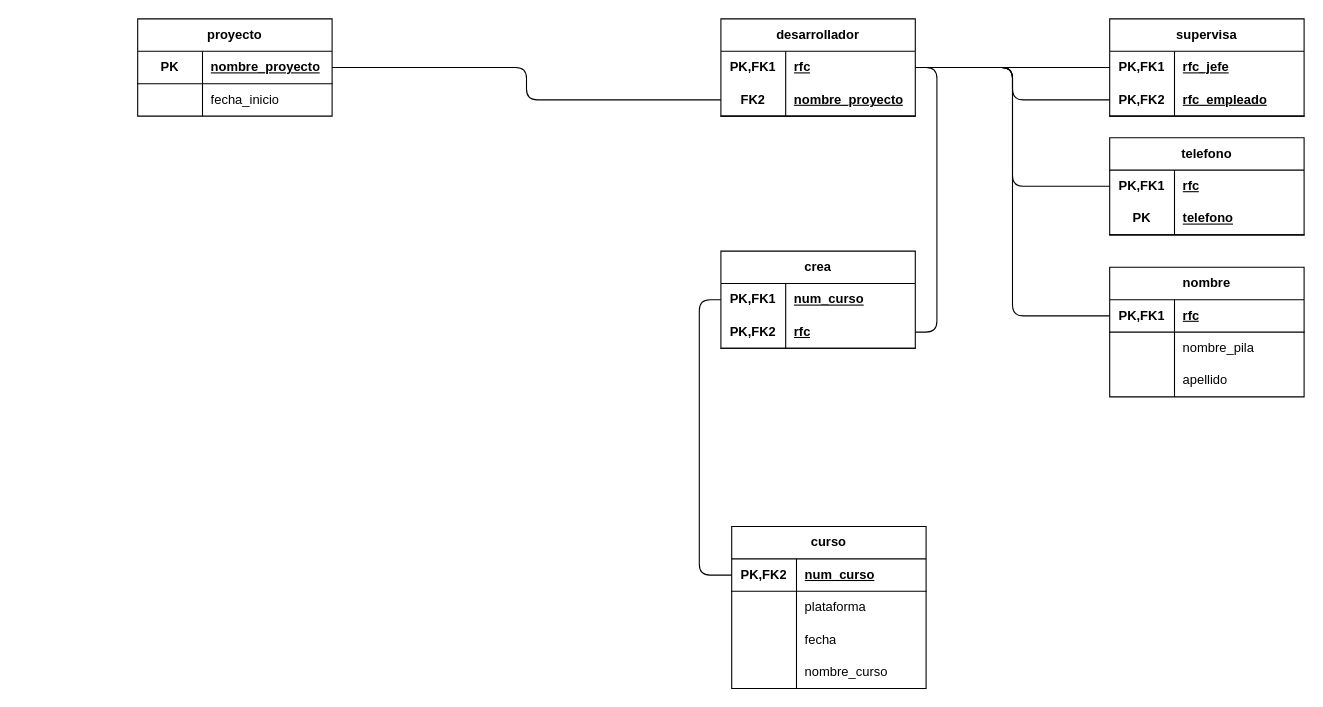
Before: Exam-in-Relational.drawio in xmr-p/DatabaseCharts, a draw.io diagram. Source tidied: cells renumbered, new cells numbered last; positions are measured from the earlier drawing's top-left corner, leaving out a move shared by most shapes. Both pictures are drawn from the tidied source at 108%, with x=0, y=0 at pixel (137, 18).
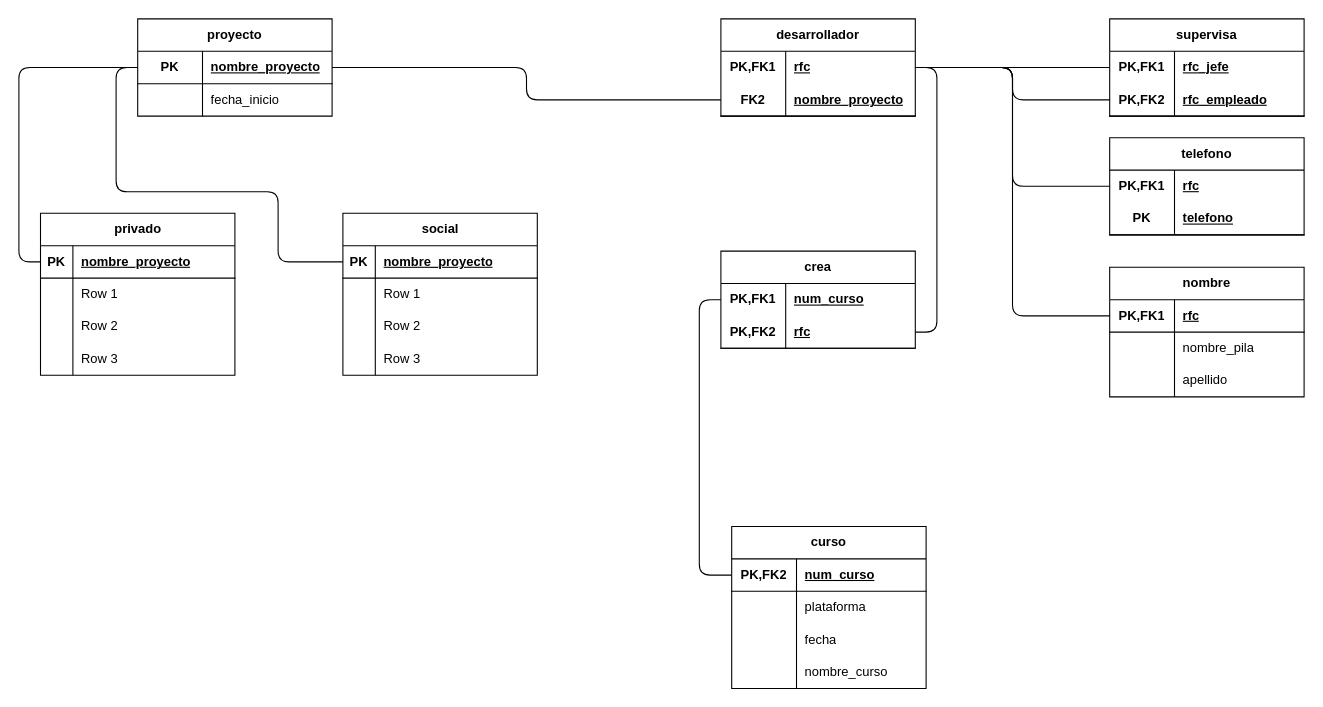
After the change.

The change refers to these unchanged cells:
```xml
<mxCell id="16" style="shape=tableRow;horizontal=0;startSize=0;swimlaneHead=0;swimlaneBody=0;fillColor=none;points=[[0,0.5],[1,0.5]];portConstraint=eastwest;top=0;left=0;right=0;bottom=1;html=1;" parent="15" vertex="1">
  <mxGeometry y="30" width="180" height="30" as="geometry" />
</mxCell>
```

Diff of the diagram source:
```diff
@@
+    <mxCell id="67" value="social" style="shape=table;startSize=30;childLayout=tableLayout;rowLines=0;fontStyle=1;align=center;html=1;" parent="1" vertex="1">
+      <mxGeometry x="190" y="180" width="180" height="150" as="geometry" />
+    </mxCell>
+    <mxCell id="68" style="shape=tableRow;horizontal=0;startSize=0;swimlaneHead=0;swimlaneBody=0;fillColor=none;points=[[0,0.5],[1,0.5]];portConstraint=eastwest;top=0;left=0;right=0;bottom=1;" parent="67" vertex="1">
+      <mxGeometry y="30" width="180" height="30" as="geometry" />
+    </mxCell>
+    <mxCell id="69" value="PK" style="shape=partialRectangle;fillColor=none;top=0;left=0;bottom=0;right=0;fontStyle=1;overflow=hidden;whiteSpace=wrap;html=1;" parent="68" vertex="1">
+      <mxGeometry width="30" height="30" as="geometry" />
+    </mxCell>
+    <mxCell id="70" value="nombre_proyecto" style="shape=partialRectangle;fillColor=none;top=0;left=0;bottom=0;right=0;align=left;spacingLeft=6;fontStyle=5;overflow=hidden;whiteSpace=wrap;html=1;" parent="68" vertex="1">
+      <mxGeometry x="30" width="150" height="30" as="geometry" />
+    </mxCell>
+    <mxCell id="71" style="shape=tableRow;horizontal=0;startSize=0;swimlaneHead=0;swimlaneBody=0;fillColor=none;top=0;left=0;right=0;bottom=0;" parent="67" vertex="1">
+      <mxGeometry y="60" width="180" height="30" as="geometry" />
+    </mxCell>
+    <mxCell id="72" style="shape=partialRectangle;fillColor=none;top=0;left=0;bottom=0;right=0;overflow=hidden;whiteSpace=wrap;html=1;" parent="71" vertex="1">
+      <mxGeometry width="30" height="30" as="geometry" />
+    </mxCell>
+    <mxCell id="73" value="Row 1" style="shape=partialRectangle;fillColor=none;top=0;left=0;bottom=0;right=0;align=left;spacingLeft=6;overflow=hidden;whiteSpace=wrap;html=1;" parent="71" vertex="1">
+      <mxGeometry x="30" width="150" height="30" as="geometry" />
+    </mxCell>
+    <mxCell id="74" style="shape=tableRow;horizontal=0;startSize=0;swimlaneHead=0;swimlaneBody=0;fillColor=none;top=0;left=0;right=0;bottom=0;" parent="67" vertex="1">
+      <mxGeometry y="90" width="180" height="30" as="geometry" />
+    </mxCell>
+    <mxCell id="75" style="shape=partialRectangle;fillColor=none;top=0;left=0;bottom=0;right=0;overflow=hidden;whiteSpace=wrap;html=1;" parent="74" vertex="1">
+      <mxGeometry width="30" height="30" as="geometry" />
+    </mxCell>
+    <mxCell id="76" value="Row 2" style="shape=partialRectangle;fillColor=none;top=0;left=0;bottom=0;right=0;align=left;spacingLeft=6;overflow=hidden;whiteSpace=wrap;html=1;" parent="74" vertex="1">
+      <mxGeometry x="30" width="150" height="30" as="geometry" />
+    </mxCell>
+    <mxCell id="77" style="shape=tableRow;horizontal=0;startSize=0;swimlaneHead=0;swimlaneBody=0;fillColor=none;top=0;left=0;right=0;bottom=0;" parent="67" vertex="1">
+      <mxGeometry y="120" width="180" height="30" as="geometry" />
+    </mxCell>
+    <mxCell id="78" style="shape=partialRectangle;fillColor=none;top=0;left=0;bottom=0;right=0;overflow=hidden;whiteSpace=wrap;html=1;" parent="77" vertex="1">
+      <mxGeometry width="30" height="30" as="geometry" />
+    </mxCell>
+    <mxCell id="79" value="Row 3" style="shape=partialRectangle;fillColor=none;top=0;left=0;bottom=0;right=0;align=left;spacingLeft=6;overflow=hidden;whiteSpace=wrap;html=1;" parent="77" vertex="1">
+      <mxGeometry x="30" width="150" height="30" as="geometry" />
+    </mxCell>
+    <mxCell id="80" value="privado" style="shape=table;startSize=30;childLayout=tableLayout;rowLines=0;fontStyle=1;align=center;html=1;" parent="1" vertex="1">
+      <mxGeometry x="-90" y="180" width="180" height="150" as="geometry" />
+    </mxCell>
+    <mxCell id="81" style="shape=tableRow;horizontal=0;startSize=0;swimlaneHead=0;swimlaneBody=0;fillColor=none;points=[[0,0.5],[1,0.5]];portConstraint=eastwest;top=0;left=0;right=0;bottom=1;" parent="80" vertex="1">
+      <mxGeometry y="30" width="180" height="30" as="geometry" />
+    </mxCell>
+    <mxCell id="82" value="PK" style="shape=partialRectangle;fillColor=none;top=0;left=0;bottom=0;right=0;fontStyle=1;overflow=hidden;whiteSpace=wrap;html=1;" parent="81" vertex="1">
+      <mxGeometry width="30" height="30" as="geometry" />
+    </mxCell>
+    <mxCell id="83" value="nombre_proyecto" style="shape=partialRectangle;fillColor=none;top=0;left=0;bottom=0;right=0;align=left;spacingLeft=6;fontStyle=5;overflow=hidden;whiteSpace=wrap;html=1;" parent="81" vertex="1">
+      <mxGeometry x="30" width="150" height="30" as="geometry" />
+    </mxCell>
+    <mxCell id="84" style="shape=tableRow;horizontal=0;startSize=0;swimlaneHead=0;swimlaneBody=0;fillColor=none;top=0;left=0;right=0;bottom=0;" parent="80" vertex="1">
+      <mxGeometry y="60" width="180" height="30" as="geometry" />
+    </mxCell>
+    <mxCell id="85" style="shape=partialRectangle;fillColor=none;top=0;left=0;bottom=0;right=0;overflow=hidden;whiteSpace=wrap;html=1;" parent="84" vertex="1">
+      <mxGeometry width="30" height="30" as="geometry" />
+    </mxCell>
+    <mxCell id="86" value="Row 1" style="shape=partialRectangle;fillColor=none;top=0;left=0;bottom=0;right=0;align=left;spacingLeft=6;overflow=hidden;whiteSpace=wrap;html=1;" parent="84" vertex="1">
+      <mxGeometry x="30" width="150" height="30" as="geometry" />
+    </mxCell>
+    <mxCell id="87" style="shape=tableRow;horizontal=0;startSize=0;swimlaneHead=0;swimlaneBody=0;fillColor=none;top=0;left=0;right=0;bottom=0;" parent="80" vertex="1">
+      <mxGeometry y="90" width="180" height="30" as="geometry" />
+    </mxCell>
+    <mxCell id="88" style="shape=partialRectangle;fillColor=none;top=0;left=0;bottom=0;right=0;overflow=hidden;whiteSpace=wrap;html=1;" parent="87" vertex="1">
+      <mxGeometry width="30" height="30" as="geometry" />
+    </mxCell>
+    <mxCell id="89" value="Row 2" style="shape=partialRectangle;fillColor=none;top=0;left=0;bottom=0;right=0;align=left;spacingLeft=6;overflow=hidden;whiteSpace=wrap;html=1;" parent="87" vertex="1">
+      <mxGeometry x="30" width="150" height="30" as="geometry" />
+    </mxCell>
+    <mxCell id="90" style="shape=tableRow;horizontal=0;startSize=0;swimlaneHead=0;swimlaneBody=0;fillColor=none;top=0;left=0;right=0;bottom=0;" parent="80" vertex="1">
+      <mxGeometry y="120" width="180" height="30" as="geometry" />
+    </mxCell>
+    <mxCell id="91" style="shape=partialRectangle;fillColor=none;top=0;left=0;bottom=0;right=0;overflow=hidden;whiteSpace=wrap;html=1;" parent="90" vertex="1">
+      <mxGeometry width="30" height="30" as="geometry" />
+    </mxCell>
+    <mxCell id="92" value="Row 3" style="shape=partialRectangle;fillColor=none;top=0;left=0;bottom=0;right=0;align=left;spacingLeft=6;overflow=hidden;whiteSpace=wrap;html=1;" parent="90" vertex="1">
+      <mxGeometry x="30" width="150" height="30" as="geometry" />
+    </mxCell>
+    <mxCell id="93" style="edgeStyle=orthogonalEdgeStyle;rounded=1;jettySize=auto;html=1;exitX=0;exitY=0.5;exitDx=0;exitDy=0;entryX=0;entryY=0.5;entryDx=0;entryDy=0;curved=0;endArrow=none;endFill=0;" parent="1" edge="1" source="81" target="16">
+      <mxGeometry relative="1" as="geometry" />
+    </mxCell>
+    <mxCell id="94" style="edgeStyle=orthogonalEdgeStyle;rounded=1;jettySize=auto;html=1;exitX=0;exitY=0.5;exitDx=0;exitDy=0;entryX=0;entryY=0.5;entryDx=0;entryDy=0;curved=0;endArrow=none;endFill=0;" parent="1" edge="1" source="68" target="16">
+      <mxGeometry relative="1" as="geometry">
+        <Array as="points">
+          <mxPoint x="130" y="225" />
+          <mxPoint x="130" y="160" />
+          <mxPoint x="-20" y="160" />
+          <mxPoint x="-20" y="45" />
+        </Array>
+      </mxGeometry>
+    </mxCell>
```
